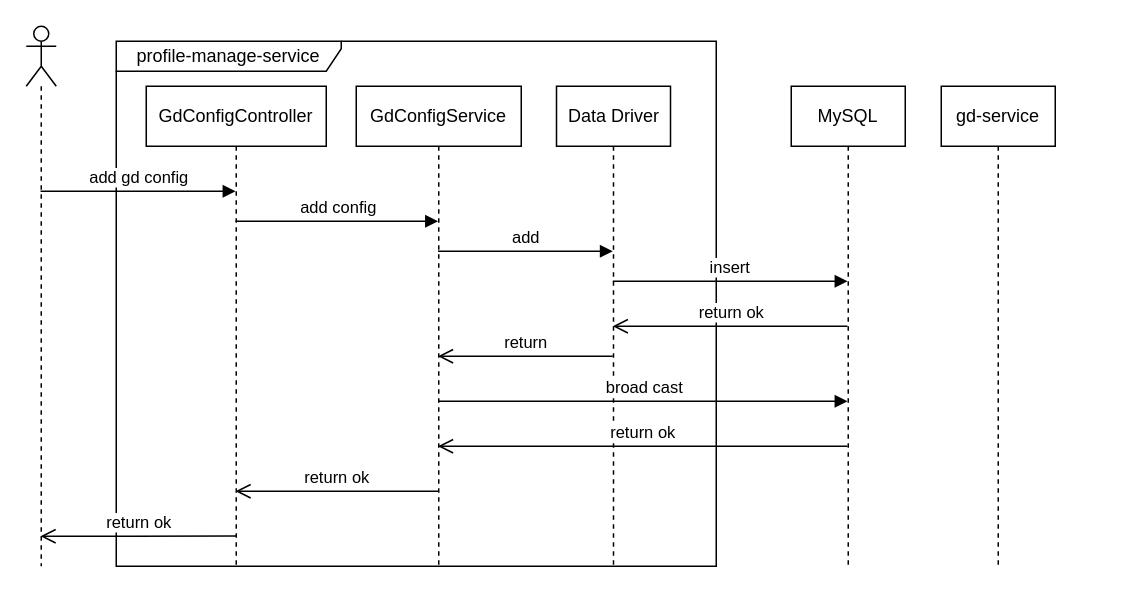
Above: 特征管理平台增加配置处理逻辑.drawio in qingchao-kong/draw.io (draw.io), before the change. Source tidied: cells renumbered, new cells numbered last; positions are measured from the earlier drawing's top-left corner, leaving out a move shared by most shapes. Both pictures are drawn from the tidied source at 150%, with x=0, y=0 at pixel (26, 26).
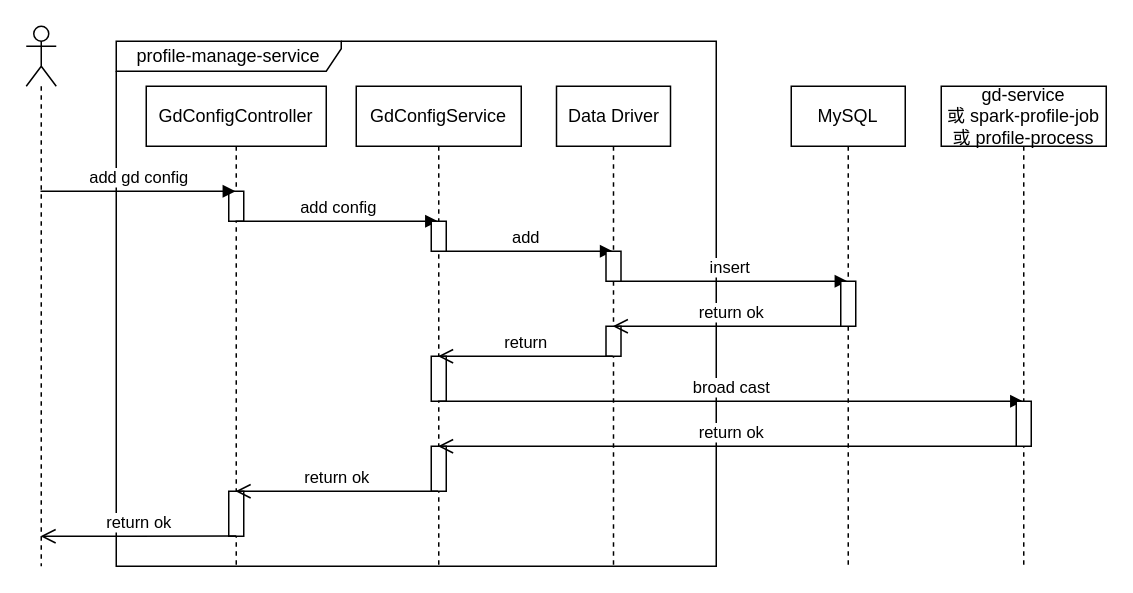
The same diagram, later.

Commit message:
Update 特征管理平台增加配置处理逻辑.drawio

Unchanged cells that the change refers to:
```xml
<mxCell id="4" value="GdConfigController" style="shape=umlLifeline;perimeter=lifelinePerimeter;whiteSpace=wrap;html=1;" parent="1" vertex="1">
  <mxGeometry x="80" y="40" width="120" height="320" as="geometry" />
</mxCell>
<mxCell id="6" value="GdConfigService" style="shape=umlLifeline;perimeter=lifelinePerimeter;whiteSpace=wrap;html=1;" parent="1" vertex="1">
  <mxGeometry x="220" y="40" width="110" height="320" as="geometry" />
</mxCell>
<mxCell id="7" value="Data Driver" style="shape=umlLifeline;perimeter=lifelinePerimeter;whiteSpace=wrap;html=1;" parent="1" vertex="1">
  <mxGeometry x="353.5" y="40" width="76" height="320" as="geometry" />
</mxCell>
<mxCell id="10" value="MySQL" style="shape=umlLifeline;perimeter=lifelinePerimeter;whiteSpace=wrap;html=1;outlineConnect=0;" parent="1" vertex="1">
  <mxGeometry x="510" y="40" width="76" height="320" as="geometry" />
</mxCell>
```

Diff of the diagram source:
```diff
@@
+    <mxCell id="19" style="html=1;perimeter=orthogonalPerimeter;" parent="4" vertex="1">
+      <mxGeometry x="55" y="70" width="10" height="20" as="geometry" />
+    </mxCell>
+    <mxCell id="20" style="html=1;perimeter=orthogonalPerimeter;" parent="4" vertex="1">
+      <mxGeometry x="55" y="270" width="10" height="30" as="geometry" />
+    </mxCell>
@@
+    <mxCell id="21" style="html=1;perimeter=orthogonalPerimeter;" parent="6" vertex="1">
+      <mxGeometry x="50" y="180" width="10" height="30" as="geometry" />
+    </mxCell>
+    <mxCell id="22" style="html=1;perimeter=orthogonalPerimeter;" parent="6" vertex="1">
+      <mxGeometry x="50" y="240" width="10" height="30" as="geometry" />
+    </mxCell>
@@
+    <mxCell id="23" style="html=1;perimeter=orthogonalPerimeter;" parent="7" vertex="1">
+      <mxGeometry x="33" y="160" width="10" height="20" as="geometry" />
+    </mxCell>
@@
-    <mxCell id="14" value="gd-service" style="shape=umlLifeline;perimeter=lifelinePerimeter;whiteSpace=wrap;html=1;outlineConnect=0;" parent="1" vertex="1">
-      <mxGeometry x="610" y="40" width="76" height="320" as="geometry" />
+    <mxCell id="14" value="gd-service&lt;br&gt;或 spark-profile-job&lt;br&gt;或 profile-process" style="shape=umlLifeline;perimeter=lifelinePerimeter;whiteSpace=wrap;html=1;outlineConnect=0;" parent="1" vertex="1">
+      <mxGeometry x="610" y="40" width="110" height="320" as="geometry" />
     </mxCell>
-    <mxCell id="15" value="broad cast" style="html=1;verticalAlign=bottom;endArrow=block;" parent="1" edge="1" target="10">
+    <mxCell id="15" value="broad cast" style="html=1;verticalAlign=bottom;endArrow=block;" parent="1" edge="1" target="14">
       <mxGeometry relative="1" as="geometry">
         <mxPoint x="274.5" y="250" as="sourcePoint" />
         <Array as="points">
           <mxPoint x="530" y="250" />
         </Array>
       </mxGeometry>
     </mxCell>
-    <mxCell id="16" value="return ok" style="html=1;verticalAlign=bottom;endArrow=open;endSize=8;" parent="1" edge="1" source="10">
+    <mxCell id="16" value="return ok" style="html=1;verticalAlign=bottom;endArrow=open;endSize=8;" parent="1" edge="1" source="14">
       <mxGeometry relative="1" as="geometry">
         <mxPoint x="274.5" y="280" as="targetPoint" />
         <Array as="points">
           <mxPoint x="520" y="280" />
         </Array>
       </mxGeometry>
     </mxCell>
@@
+    <mxCell id="24" style="html=1;perimeter=orthogonalPerimeter;" parent="1" vertex="1">
+      <mxGeometry x="270" y="130" width="10" height="20" as="geometry" />
+    </mxCell>
+    <mxCell id="25" style="html=1;perimeter=orthogonalPerimeter;" parent="1" vertex="1">
+      <mxGeometry x="386.5" y="150" width="10" height="20" as="geometry" />
+    </mxCell>
+    <mxCell id="26" style="html=1;perimeter=orthogonalPerimeter;" parent="1" vertex="1">
+      <mxGeometry x="543" y="170" width="10" height="30" as="geometry" />
+    </mxCell>
+    <mxCell id="27" style="html=1;perimeter=orthogonalPerimeter;" parent="1" vertex="1">
+      <mxGeometry x="660" y="250" width="10" height="30" as="geometry" />
+    </mxCell>
```
